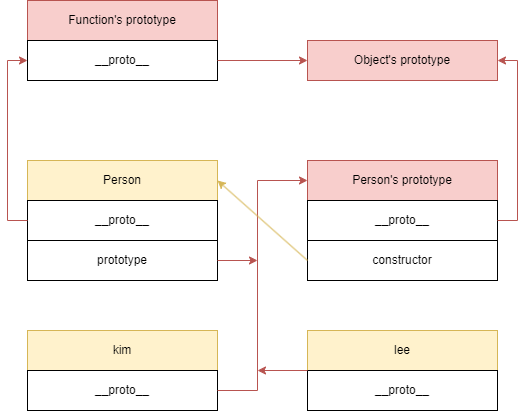
Earlier version of the draw.io export contents/posts/javascript/prototype/prototype.png (bbearcookie/blog). Source tidied: cells renumbered, new cells last; positions are measured from the earlier drawing's top-left corner, leaving out a move shared by most shapes. The source it was exported from:
```xml
<mxGraphModel>
  <root>
    <mxCell id="0" />
    <mxCell id="1" parent="0" />
    <mxCell id="2" value="Person" style="rounded=0;whiteSpace=wrap;html=1;fillColor=#fff2cc;strokeColor=#d6b656;" parent="1" vertex="1">
      <mxGeometry x="20" y="160" width="190" height="40" as="geometry" />
    </mxCell>
    <mxCell id="3" value="__proto__" style="rounded=0;whiteSpace=wrap;html=1;" parent="1" vertex="1">
      <mxGeometry x="20" y="200" width="190" height="40" as="geometry" />
    </mxCell>
    <mxCell id="4" value="prototype" style="rounded=0;whiteSpace=wrap;html=1;" parent="1" vertex="1">
      <mxGeometry x="20" y="240" width="190" height="40" as="geometry" />
    </mxCell>
    <mxCell id="5" value="Function's prototype" style="rounded=0;whiteSpace=wrap;html=1;fillColor=#f8cecc;strokeColor=#b85450;" parent="1" vertex="1">
      <mxGeometry x="20" width="190" height="40" as="geometry" />
    </mxCell>
    <mxCell id="6" value="Person's prototype" style="rounded=0;whiteSpace=wrap;html=1;fillColor=#f8cecc;strokeColor=#b85450;" parent="1" vertex="1">
      <mxGeometry x="300" y="160" width="190" height="40" as="geometry" />
    </mxCell>
    <mxCell id="7" value="__proto__" style="rounded=0;whiteSpace=wrap;html=1;" parent="1" vertex="1">
      <mxGeometry x="300" y="200" width="190" height="40" as="geometry" />
    </mxCell>
    <mxCell id="8" value="constructor" style="rounded=0;whiteSpace=wrap;html=1;" parent="1" vertex="1">
      <mxGeometry x="300" y="240" width="190" height="40" as="geometry" />
    </mxCell>
    <mxCell id="9" value="Object's prototype" style="rounded=0;whiteSpace=wrap;html=1;fillColor=#f8cecc;strokeColor=#b85450;" parent="1" vertex="1">
      <mxGeometry x="300" y="40" width="190" height="40" as="geometry" />
    </mxCell>
    <mxCell id="10" value="__proto__" style="rounded=0;whiteSpace=wrap;html=1;" parent="1" vertex="1">
      <mxGeometry x="20" y="40" width="190" height="40" as="geometry" />
    </mxCell>
    <mxCell id="11" style="endArrow=classic;html=1;rounded=0;exitX=1;exitY=0.5;exitDx=0;exitDy=0;entryX=0;entryY=0.5;entryDx=0;entryDy=0;fillColor=#f8cecc;strokeColor=#b85450;" parent="1" edge="1" source="10" target="9">
      <mxGeometry relative="1" as="geometry" />
    </mxCell>
    <mxCell id="12" style="endArrow=classic;html=1;rounded=0;exitX=1;exitY=0.5;exitDx=0;exitDy=0;fillColor=#f8cecc;strokeColor=#b85450;" parent="1" edge="1" source="4">
      <mxGeometry relative="1" as="geometry">
        <mxPoint x="250" y="260" as="targetPoint" />
      </mxGeometry>
    </mxCell>
    <mxCell id="13" value="kim" style="rounded=0;whiteSpace=wrap;html=1;fillColor=#fff2cc;strokeColor=#d6b656;" parent="1" vertex="1">
      <mxGeometry x="20" y="330" width="190" height="40" as="geometry" />
    </mxCell>
    <mxCell id="14" value="__proto__" style="rounded=0;whiteSpace=wrap;html=1;" parent="1" vertex="1">
      <mxGeometry x="20" y="370" width="190" height="40" as="geometry" />
    </mxCell>
    <mxCell id="15" style="endArrow=classic;html=1;rounded=0;exitX=0;exitY=0.5;exitDx=0;exitDy=0;entryX=0;entryY=0.5;entryDx=0;entryDy=0;fillColor=#f8cecc;strokeColor=#b85450;" parent="1" edge="1" source="3" target="10">
      <mxGeometry relative="1" as="geometry">
        <Array as="points">
          <mxPoint y="220" />
          <mxPoint y="60" />
        </Array>
      </mxGeometry>
    </mxCell>
    <mxCell id="16" value="lee" style="rounded=0;whiteSpace=wrap;html=1;fillColor=#fff2cc;strokeColor=#d6b656;" parent="1" vertex="1">
      <mxGeometry x="300" y="330" width="190" height="40" as="geometry" />
    </mxCell>
    <mxCell id="17" value="__proto__" style="rounded=0;whiteSpace=wrap;html=1;" parent="1" vertex="1">
      <mxGeometry x="300" y="370" width="190" height="40" as="geometry" />
    </mxCell>
    <mxCell id="18" style="endArrow=classic;html=1;rounded=0;exitX=1;exitY=0.5;exitDx=0;exitDy=0;fillColor=#f8cecc;strokeColor=#b85450;entryX=0;entryY=0.5;entryDx=0;entryDy=0;" parent="1" edge="1" source="14" target="6">
      <mxGeometry relative="1" as="geometry">
        <Array as="points">
          <mxPoint x="250" y="390" />
          <mxPoint x="250" y="180" />
        </Array>
      </mxGeometry>
    </mxCell>
    <mxCell id="19" style="endArrow=classic;html=1;rounded=0;exitX=0;exitY=0;exitDx=0;exitDy=0;fillColor=#f8cecc;strokeColor=#b85450;" parent="1" edge="1" source="17">
      <mxGeometry relative="1" as="geometry">
        <mxPoint x="250" y="370" as="targetPoint" />
      </mxGeometry>
    </mxCell>
    <mxCell id="20" style="endArrow=classic;html=1;rounded=0;exitX=0;exitY=0.5;exitDx=0;exitDy=0;entryX=1;entryY=0.5;entryDx=0;entryDy=0;fillColor=#fff2cc;strokeColor=#d6b656;" parent="1" edge="1" source="8" target="2">
      <mxGeometry relative="1" as="geometry" />
    </mxCell>
    <mxCell id="21" style="endArrow=classic;html=1;rounded=0;exitX=1;exitY=0.5;exitDx=0;exitDy=0;entryX=1;entryY=0.5;entryDx=0;entryDy=0;fillColor=#f8cecc;strokeColor=#b85450;" parent="1" edge="1" source="7" target="9">
      <mxGeometry relative="1" as="geometry">
        <Array as="points">
          <mxPoint x="510" y="220" />
          <mxPoint x="510" y="60" />
        </Array>
      </mxGeometry>
    </mxCell>
  </root>
</mxGraphModel>
```
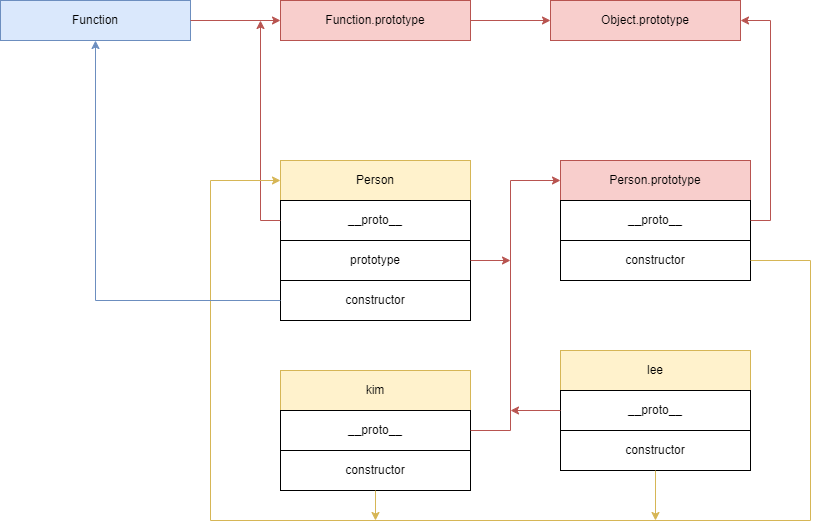
Later version of the same file.

Commit message:
edit: 프로토타입(Prototype)

Diff of the diagram source:
```diff
@@ -11,10 +11,10 @@
     <mxCell id="4" value="prototype" style="rounded=0;whiteSpace=wrap;html=1;" parent="1" vertex="1">
       <mxGeometry x="20" y="240" width="190" height="40" as="geometry" />
     </mxCell>
-    <mxCell id="5" value="Function's prototype" style="rounded=0;whiteSpace=wrap;html=1;fillColor=#f8cecc;strokeColor=#b85450;" parent="1" vertex="1">
+    <mxCell id="5" value="Function.prototype" style="rounded=0;whiteSpace=wrap;html=1;fillColor=#f8cecc;strokeColor=#b85450;" parent="1" vertex="1">
       <mxGeometry x="20" width="190" height="40" as="geometry" />
     </mxCell>
-    <mxCell id="6" value="Person's prototype" style="rounded=0;whiteSpace=wrap;html=1;fillColor=#f8cecc;strokeColor=#b85450;" parent="1" vertex="1">
+    <mxCell id="6" value="Person.prototype" style="rounded=0;whiteSpace=wrap;html=1;fillColor=#f8cecc;strokeColor=#b85450;" parent="1" vertex="1">
       <mxGeometry x="300" y="160" width="190" height="40" as="geometry" />
     </mxCell>
     <mxCell id="7" value="__proto__" style="rounded=0;whiteSpace=wrap;html=1;" parent="1" vertex="1">
@@ -23,14 +23,13 @@
     <mxCell id="8" value="constructor" style="rounded=0;whiteSpace=wrap;html=1;" parent="1" vertex="1">
       <mxGeometry x="300" y="240" width="190" height="40" as="geometry" />
     </mxCell>
-    <mxCell id="9" value="Object's prototype" style="rounded=0;whiteSpace=wrap;html=1;fillColor=#f8cecc;strokeColor=#b85450;" parent="1" vertex="1">
-      <mxGeometry x="300" y="40" width="190" height="40" as="geometry" />
+    <mxCell id="9" value="Object.prototype" style="rounded=0;whiteSpace=wrap;html=1;fillColor=#f8cecc;strokeColor=#b85450;" parent="1" vertex="1">
+      <mxGeometry x="290" width="190" height="40" as="geometry" />
     </mxCell>
-    <mxCell id="10" value="__proto__" style="rounded=0;whiteSpace=wrap;html=1;" parent="1" vertex="1">
-      <mxGeometry x="20" y="40" width="190" height="40" as="geometry" />
-    </mxCell>
-    <mxCell id="11" style="endArrow=classic;html=1;rounded=0;exitX=1;exitY=0.5;exitDx=0;exitDy=0;entryX=0;entryY=0.5;entryDx=0;entryDy=0;fillColor=#f8cecc;strokeColor=#b85450;" parent="1" edge="1" source="10" target="9">
-      <mxGeometry relative="1" as="geometry" />
+    <mxCell id="11" style="endArrow=classic;html=1;rounded=0;exitX=1;exitY=0.5;exitDx=0;exitDy=0;fillColor=#f8cecc;strokeColor=#b85450;" parent="1" edge="1" source="5">
+      <mxGeometry relative="1" as="geometry">
+        <mxPoint x="290" y="20" as="targetPoint" />
+      </mxGeometry>
     </mxCell>
     <mxCell id="12" style="endArrow=classic;html=1;rounded=0;exitX=1;exitY=0.5;exitDx=0;exitDy=0;fillColor=#f8cecc;strokeColor=#b85450;" parent="1" edge="1" source="4">
       <mxGeometry relative="1" as="geometry">
@@ -38,48 +37,88 @@
       </mxGeometry>
     </mxCell>
     <mxCell id="13" value="kim" style="rounded=0;whiteSpace=wrap;html=1;fillColor=#fff2cc;strokeColor=#d6b656;" parent="1" vertex="1">
-      <mxGeometry x="20" y="330" width="190" height="40" as="geometry" />
+      <mxGeometry x="20" y="370" width="190" height="40" as="geometry" />
     </mxCell>
     <mxCell id="14" value="__proto__" style="rounded=0;whiteSpace=wrap;html=1;" parent="1" vertex="1">
-      <mxGeometry x="20" y="370" width="190" height="40" as="geometry" />
+      <mxGeometry x="20" y="410" width="190" height="40" as="geometry" />
     </mxCell>
-    <mxCell id="15" style="endArrow=classic;html=1;rounded=0;exitX=0;exitY=0.5;exitDx=0;exitDy=0;entryX=0;entryY=0.5;entryDx=0;entryDy=0;fillColor=#f8cecc;strokeColor=#b85450;" parent="1" edge="1" source="3" target="10">
+    <mxCell id="15" style="endArrow=classic;html=1;rounded=0;exitX=0;exitY=0.5;exitDx=0;exitDy=0;fillColor=#f8cecc;strokeColor=#b85450;" parent="1" edge="1" source="3">
       <mxGeometry relative="1" as="geometry">
+        <mxPoint y="20" as="targetPoint" />
         <Array as="points">
           <mxPoint y="220" />
-          <mxPoint y="60" />
         </Array>
       </mxGeometry>
     </mxCell>
     <mxCell id="16" value="lee" style="rounded=0;whiteSpace=wrap;html=1;fillColor=#fff2cc;strokeColor=#d6b656;" parent="1" vertex="1">
-      <mxGeometry x="300" y="330" width="190" height="40" as="geometry" />
+      <mxGeometry x="300" y="350" width="190" height="40" as="geometry" />
     </mxCell>
     <mxCell id="17" value="__proto__" style="rounded=0;whiteSpace=wrap;html=1;" parent="1" vertex="1">
-      <mxGeometry x="300" y="370" width="190" height="40" as="geometry" />
+      <mxGeometry x="300" y="390" width="190" height="40" as="geometry" />
     </mxCell>
     <mxCell id="18" style="endArrow=classic;html=1;rounded=0;exitX=1;exitY=0.5;exitDx=0;exitDy=0;fillColor=#f8cecc;strokeColor=#b85450;entryX=0;entryY=0.5;entryDx=0;entryDy=0;" parent="1" edge="1" source="14" target="6">
       <mxGeometry relative="1" as="geometry">
         <Array as="points">
-          <mxPoint x="250" y="390" />
+          <mxPoint x="250" y="430" />
           <mxPoint x="250" y="180" />
         </Array>
       </mxGeometry>
     </mxCell>
-    <mxCell id="19" style="endArrow=classic;html=1;rounded=0;exitX=0;exitY=0;exitDx=0;exitDy=0;fillColor=#f8cecc;strokeColor=#b85450;" parent="1" edge="1" source="17">
+    <mxCell id="19" style="endArrow=classic;html=1;rounded=0;exitX=0;exitY=0.5;exitDx=0;exitDy=0;fillColor=#f8cecc;strokeColor=#b85450;" parent="1" edge="1" source="17">
       <mxGeometry relative="1" as="geometry">
-        <mxPoint x="250" y="370" as="targetPoint" />
+        <mxPoint x="250" y="410" as="targetPoint" />
       </mxGeometry>
     </mxCell>
+    <mxCell id="21" style="endArrow=classic;html=1;rounded=0;exitX=1;exitY=0.5;exitDx=0;exitDy=0;fillColor=#f8cecc;strokeColor=#b85450;" parent="1" edge="1" source="7">
+      <mxGeometry relative="1" as="geometry">
+        <mxPoint x="480" y="20" as="targetPoint" />
+        <Array as="points">
+          <mxPoint x="510" y="220" />
+          <mxPoint x="510" y="20" />
+        </Array>
+      </mxGeometry>
+    </mxCell>
+    <mxCell id="22" value="constructor" style="rounded=0;whiteSpace=wrap;html=1;" parent="1" vertex="1">
+      <mxGeometry x="20" y="450" width="190" height="40" as="geometry" />
+    </mxCell>
+    <mxCell id="23" value="constructor" style="rounded=0;whiteSpace=wrap;html=1;" parent="1" vertex="1">
+      <mxGeometry x="300" y="430" width="190" height="40" as="geometry" />
+    </mxCell>
+    <mxCell id="24" value="Function" style="rounded=0;whiteSpace=wrap;html=1;fillColor=#dae8fc;strokeColor=#6c8ebf;" parent="1" vertex="1">
+      <mxGeometry x="-260" width="190" height="40" as="geometry" />
+    </mxCell>
+    <mxCell id="25" style="endArrow=classic;html=1;rounded=0;exitX=1;exitY=0.5;exitDx=0;exitDy=0;entryX=0;entryY=0.5;entryDx=0;entryDy=0;fillColor=#f8cecc;strokeColor=#b85450;" parent="1" edge="1" source="24" target="5">
+      <mxGeometry relative="1" as="geometry" />
+    </mxCell>
+    <mxCell id="26" value="constructor" style="rounded=0;whiteSpace=wrap;html=1;" parent="1" vertex="1">
+      <mxGeometry x="20" y="280" width="190" height="40" as="geometry" />
+    </mxCell>
-    <mxCell id="20" style="endArrow=classic;html=1;rounded=0;exitX=0;exitY=0.5;exitDx=0;exitDy=0;entryX=1;entryY=0.5;entryDx=0;entryDy=0;fillColor=#fff2cc;strokeColor=#d6b656;" parent="1" edge="1" source="8" target="2">
-      <mxGeometry relative="1" as="geometry" />
+    <mxCell id="20" style="endArrow=classic;html=1;rounded=0;exitX=1;exitY=0.5;exitDx=0;exitDy=0;fillColor=#fff2cc;strokeColor=#d6b656;entryX=0;entryY=0.5;entryDx=0;entryDy=0;" parent="1" edge="1" source="8" target="2">
+      <mxGeometry relative="1" as="geometry">
+        <Array as="points">
+          <mxPoint x="550" y="260" />
+          <mxPoint x="550" y="520" />
+          <mxPoint x="-50" y="520" />
+          <mxPoint x="-50" y="180" />
+        </Array>
+      </mxGeometry>
     </mxCell>
-    <mxCell id="21" style="endArrow=classic;html=1;rounded=0;exitX=1;exitY=0.5;exitDx=0;exitDy=0;entryX=1;entryY=0.5;entryDx=0;entryDy=0;fillColor=#f8cecc;strokeColor=#b85450;" parent="1" edge="1" source="7" target="9">
-      <mxGeometry relative="1" as="geometry">
-        <Array as="points">
-          <mxPoint x="510" y="220" />
-          <mxPoint x="510" y="60" />
-        </Array>
-      </mxGeometry>
-    </mxCell>
+    <mxCell id="27" style="endArrow=classic;html=1;rounded=0;exitX=0;exitY=0.5;exitDx=0;exitDy=0;entryX=0.5;entryY=1;entryDx=0;entryDy=0;fillColor=#dae8fc;strokeColor=#6c8ebf;" parent="1" edge="1" source="26" target="24">
+      <mxGeometry relative="1" as="geometry">
+        <Array as="points">
+          <mxPoint x="-165" y="300" />
+        </Array>
+      </mxGeometry>
+    </mxCell>
+    <mxCell id="28" style="endArrow=classic;html=1;rounded=0;exitX=0.5;exitY=1;exitDx=0;exitDy=0;fillColor=#fff2cc;strokeColor=#d6b656;" parent="1" edge="1" source="23">
+      <mxGeometry relative="1" as="geometry">
+        <mxPoint x="395" y="520" as="targetPoint" />
+      </mxGeometry>
+    </mxCell>
+    <mxCell id="29" style="endArrow=classic;html=1;rounded=0;exitX=0.5;exitY=1;exitDx=0;exitDy=0;fillColor=#fff2cc;strokeColor=#d6b656;" parent="1" edge="1" source="22">
+      <mxGeometry relative="1" as="geometry">
+        <mxPoint x="115" y="520" as="targetPoint" />
+      </mxGeometry>
+    </mxCell>
   </root>
 </mxGraphModel>
```
